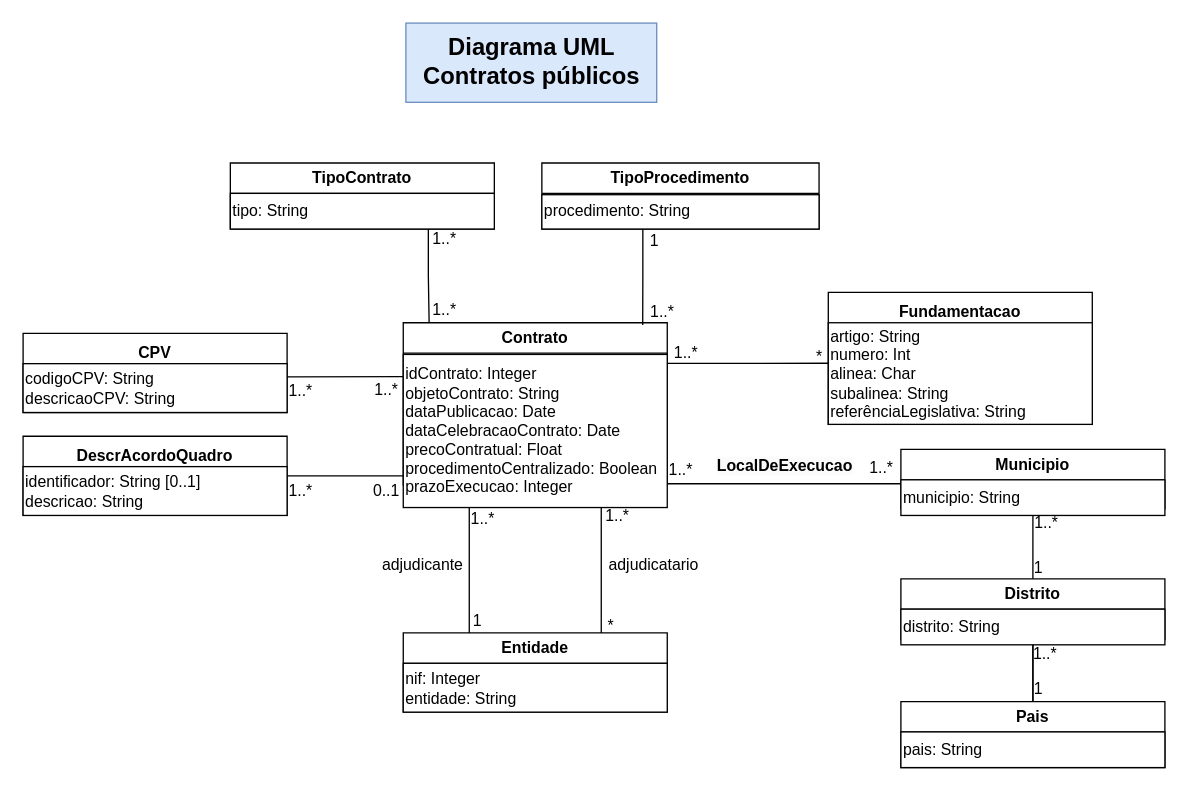
bzabot/public-contracts-db keeps this draw.io diagram as modelagem/UML.drawio. Above is the earlier version. Source tidied: cells renumbered, new cells numbered last; positions are measured from the earlier drawing's top-left corner, leaving out a move shared by most shapes. Both pictures are drawn from the tidied source at 132%, with x=0, y=0 at pixel (22, 22).
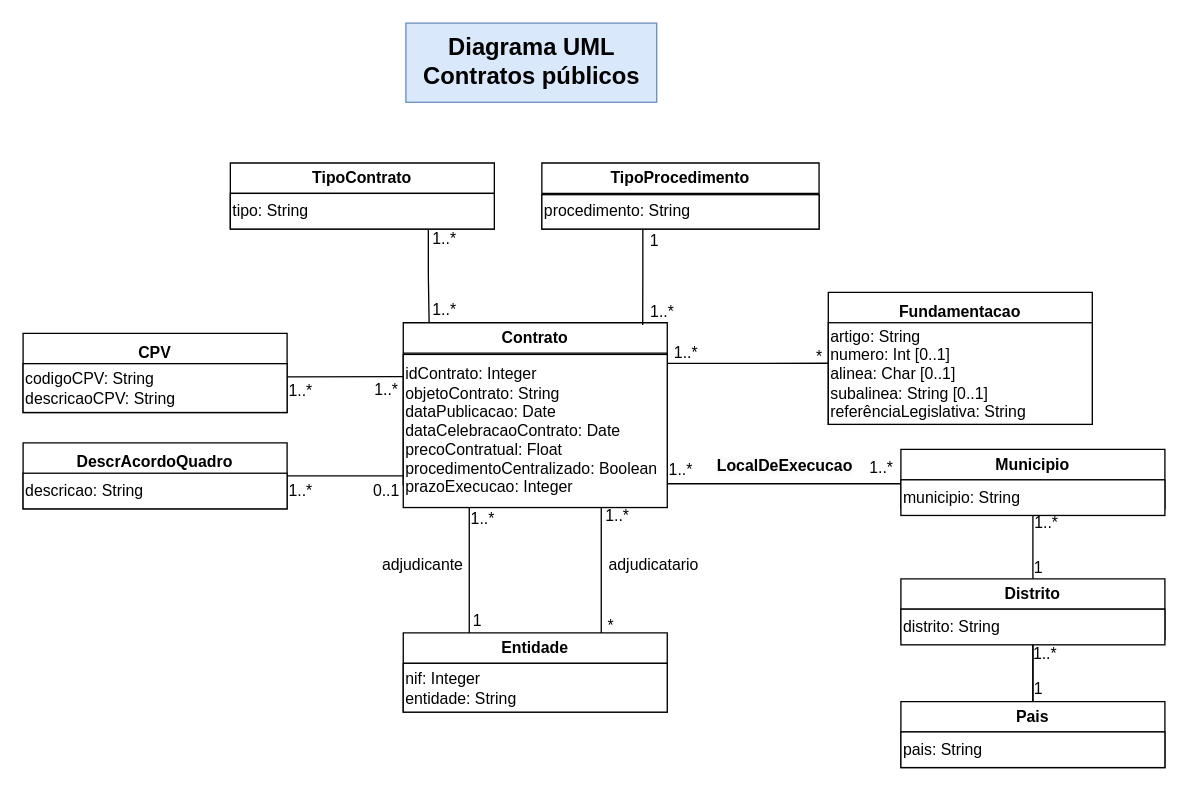
The same page after the edit.

Unchanged cells that the change refers to:
```xml
<mxCell id="52" value="Fundamentacao" style="swimlane;whiteSpace=wrap;html=1;startSize=30;align=center;" parent="1" vertex="1">
  <mxGeometry x="610" y="204" width="200" height="100" as="geometry" />
</mxCell>
```

Change to the diagram source:
```diff
@@
     <mxCell id="20" value="DescrAcordoQuadro" style="swimlane;whiteSpace=wrap;html=1;startSize=30;align=center;" parent="1" vertex="1">
-      <mxGeometry y="313" width="200" height="60" as="geometry" />
+      <mxGeometry y="318" width="200" height="50" as="geometry" />
     </mxCell>
-    <mxCell id="21" value="identificador: String&lt;span style=&quot;text-align: justify;&quot;&gt;&amp;nbsp;[0..1]&lt;/span&gt;&lt;br&gt;descricao:&amp;nbsp;String" style="whiteSpace=wrap;html=1;align=left;" parent="20" vertex="1">
-      <mxGeometry y="23" width="200" height="37" as="geometry" />
+    <mxCell id="21" value="descricao:&amp;nbsp;String" style="whiteSpace=wrap;html=1;align=left;" parent="20" vertex="1">
+      <mxGeometry y="23" width="200" height="27" as="geometry" />
     </mxCell>
@@
-    <mxCell id="53" value="artigo: String&lt;div&gt;numero: Int&lt;br&gt;&lt;div&gt;alinea: Char&lt;/div&gt;&lt;div&gt;subalinea: String&lt;/div&gt;&lt;div&gt;referênciaLegislativa: String&lt;/div&gt;&lt;/div&gt;" style="whiteSpace=wrap;html=1;align=left;" parent="52" vertex="1">
+    <mxCell id="53" value="artigo: String&lt;div&gt;numero: Int [0..1]&lt;br&gt;&lt;div&gt;alinea: Char&amp;nbsp;&lt;span style=&quot;background-color: initial;&quot;&gt;[0..1]&lt;/span&gt;&lt;/div&gt;&lt;div&gt;subalinea: String&amp;nbsp;&lt;span style=&quot;background-color: initial;&quot;&gt;[0..1]&lt;/span&gt;&lt;/div&gt;&lt;div&gt;referênciaLegislativa: String&lt;/div&gt;&lt;/div&gt;" style="whiteSpace=wrap;html=1;align=left;" parent="52" vertex="1">
       <mxGeometry y="23" width="200" height="77" as="geometry" />
     </mxCell>
```
